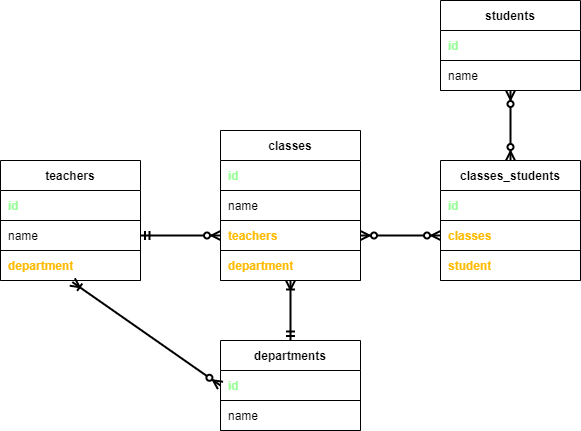
Above: Week_8/sqool_activity/schema.drawio.png in justinthelaw/ussf-sdi (draw.io), before the change. Source tidied: cells renumbered, new cells last; positions are measured from the earlier drawing's top-left corner, leaving out a move shared by most shapes.
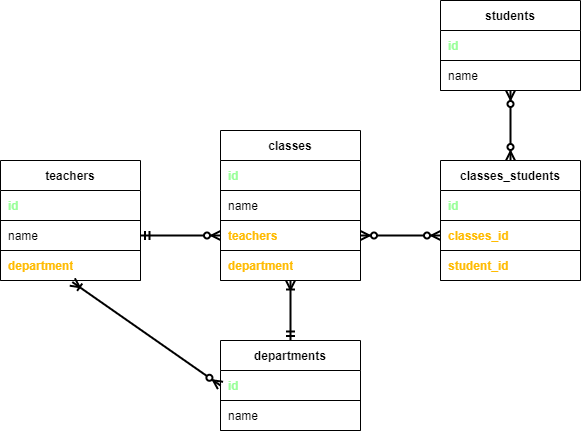
The same file after the commit.

Change to the diagram source:
```diff
@@ -105,13 +105,13 @@
     <mxCell id="34" style="shape=partialRectangle;html=1;whiteSpace=wrap;fillColor=none;top=0;left=0;bottom=1;right=0;points=[[0,0.5],[1,0.5]];portConstraint=eastwest;" parent="31" vertex="1">
       <mxGeometry y="60" width="140" height="30" as="geometry" />
     </mxCell>
-    <mxCell id="35" value="&lt;b&gt;&lt;font color=&quot;#ffbb00&quot;&gt;classes&lt;/font&gt;&lt;/b&gt;" style="shape=partialRectangle;html=1;whiteSpace=wrap;fillColor=none;top=0;left=0;bottom=0;right=0;align=left;spacingLeft=6;overflow=hidden;" parent="34" vertex="1">
+    <mxCell id="35" value="&lt;b&gt;&lt;font color=&quot;#ffbb00&quot;&gt;classes_id&lt;/font&gt;&lt;/b&gt;" style="shape=partialRectangle;html=1;whiteSpace=wrap;fillColor=none;top=0;left=0;bottom=0;right=0;align=left;spacingLeft=6;overflow=hidden;" parent="34" vertex="1">
       <mxGeometry width="140" height="30" as="geometry" />
     </mxCell>
     <mxCell id="36" style="shape=partialRectangle;html=1;whiteSpace=wrap;fillColor=none;top=0;left=0;bottom=1;right=0;" parent="31" vertex="1">
       <mxGeometry y="90" width="140" height="30" as="geometry" />
     </mxCell>
-    <mxCell id="37" value="&lt;font color=&quot;#ffbb00&quot;&gt;&lt;b&gt;student&lt;/b&gt;&lt;/font&gt;" style="shape=partialRectangle;html=1;whiteSpace=wrap;fillColor=none;top=0;left=0;bottom=0;right=0;align=left;spacingLeft=6;overflow=hidden;" parent="36" vertex="1">
+    <mxCell id="37" value="&lt;font color=&quot;#ffbb00&quot;&gt;&lt;b&gt;student_id&lt;/b&gt;&lt;/font&gt;" style="shape=partialRectangle;html=1;whiteSpace=wrap;fillColor=none;top=0;left=0;bottom=0;right=0;align=left;spacingLeft=6;overflow=hidden;" parent="36" vertex="1">
       <mxGeometry width="140" height="30" as="geometry" />
     </mxCell>
     <mxCell id="38" style="endArrow=ERoneToMany;html=1;startArrow=ERmandOne;startFill=0;endFill=0;jumpSize=7;strokeWidth=2;exitX=0.5;exitY=0;exitDx=0;exitDy=0;" parent="1" edge="1" source="3">
```
